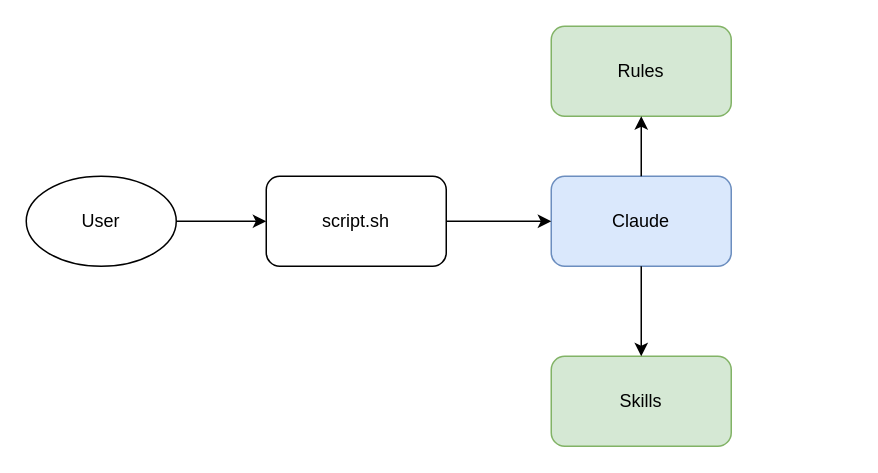
Above: assets/diagrams/diagram.drawio in lezw-1/builder (draw.io), before the change. Source tidied: cells renumbered, new cells numbered last; positions are measured from the earlier drawing's top-left corner, leaving out a move shared by most shapes. Both pictures are drawn from the tidied source at 150%, with x=0, y=0 at pixel (26, 26).
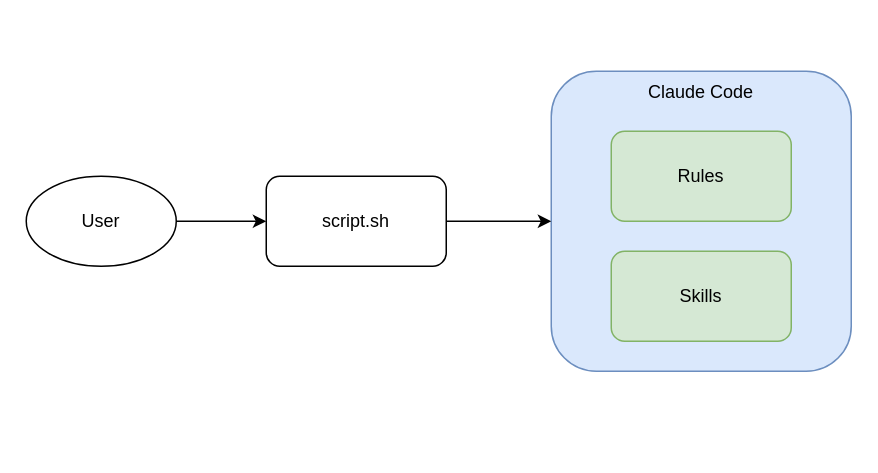
The same diagram, later.

Commit message:
Rules and Skills inside Claude Code

Diff of the diagram source:
```diff
@@
 <mxGraphModel>
   <root>
     <mxCell id="0" />
     <mxCell id="1" parent="0" />
     <mxCell id="2" value="User" style="ellipse;whiteSpace=wrap;html=1;" parent="1" vertex="1">
       <mxGeometry y="100" width="100" height="60" as="geometry" />
     </mxCell>
     <mxCell id="3" value="script.sh" style="rounded=1;whiteSpace=wrap;html=1;" parent="1" vertex="1">
       <mxGeometry x="160" y="100" width="120" height="60" as="geometry" />
     </mxCell>
-    <mxCell id="4" value="Claude" style="rounded=1;whiteSpace=wrap;html=1;fillColor=#dae8fc;strokeColor=#6c8ebf;" parent="1" vertex="1">
-      <mxGeometry x="350" y="100" width="120" height="60" as="geometry" />
+    <mxCell id="4" value="Claude Code" style="rounded=1;whiteSpace=wrap;html=1;fillColor=#dae8fc;strokeColor=#6c8ebf;verticalAlign=top;" parent="1" vertex="1">
+      <mxGeometry x="350" y="30" width="200" height="200" as="geometry" />
     </mxCell>
-    <mxCell id="5" value="Rules" style="rounded=1;whiteSpace=wrap;html=1;fillColor=#d5e8d4;strokeColor=#82b366;" parent="1" vertex="1">
-      <mxGeometry x="350" width="120" height="60" as="geometry" />
+    <mxCell id="5" value="Rules" style="rounded=1;whiteSpace=wrap;html=1;fillColor=#d5e8d4;strokeColor=#82b366;" parent="4" vertex="1">
+      <mxGeometry x="40" y="40" width="120" height="60" as="geometry" />
     </mxCell>
-    <mxCell id="6" value="Skills" style="rounded=1;whiteSpace=wrap;html=1;fillColor=#d5e8d4;strokeColor=#82b366;" parent="1" vertex="1">
-      <mxGeometry x="350" y="220" width="120" height="60" as="geometry" />
+    <mxCell id="6" value="Skills" style="rounded=1;whiteSpace=wrap;html=1;fillColor=#d5e8d4;strokeColor=#82b366;" parent="4" vertex="1">
+      <mxGeometry x="40" y="120" width="120" height="60" as="geometry" />
     </mxCell>
     <mxCell id="7" parent="1" edge="1" source="2" target="3">
       <mxGeometry relative="1" as="geometry" />
     </mxCell>
     <mxCell id="8" parent="1" edge="1" source="3" target="4">
       <mxGeometry relative="1" as="geometry" />
     </mxCell>
-    <mxCell id="9" parent="1" edge="1" source="4" target="5">
-      <mxGeometry relative="1" as="geometry" />
-    </mxCell>
-    <mxCell id="10" parent="1" edge="1" source="4" target="6">
-      <mxGeometry relative="1" as="geometry" />
-    </mxCell>
   </root>
 </mxGraphModel>
```
